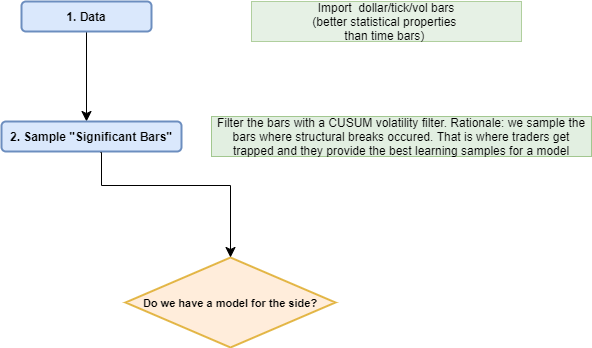
Earlier version of the draw.io export Graphics/overview.png (aarzt21/MasterThesisETHZ). Source tidied: cells renumbered, new cells last; positions are measured from the earlier drawing's top-left corner, leaving out a move shared by most shapes. Its diagram source:
```xml
<mxGraphModel>
  <root>
    <mxCell id="0" />
    <mxCell id="1" parent="0" />
    <mxCell id="2" style="rounded=0;html=1;jettySize=auto;fontSize=11;endArrow=classic;endFill=1;endSize=8;strokeWidth=1;shadow=0;labelBackgroundColor=none;edgeStyle=orthogonalEdgeStyle;" parent="1" edge="1" source="3">
      <mxGeometry relative="1" as="geometry">
        <mxPoint x="85" y="120" as="targetPoint" />
      </mxGeometry>
    </mxCell>
    <mxCell id="3" value="&lt;b&gt;1. Data&lt;/b&gt;" style="rounded=1;whiteSpace=wrap;html=1;fontSize=12;glass=0;strokeWidth=2;shadow=0;fillColor=#dae8fc;strokeColor=#6c8ebf;" parent="1" vertex="1">
      <mxGeometry x="20" width="130" height="30" as="geometry" />
    </mxCell>
    <mxCell id="4" value="Filter the bars with a CUSUM volatility filter. Rationale: we sample the bars where structural breaks occured. That is where traders get trapped and they provide the best learning samples for a model" style="text;html=1;strokeColor=#82b366;fillColor=#d5e8d4;align=center;verticalAlign=middle;whiteSpace=wrap;rounded=0;opacity=70;" parent="1" vertex="1">
      <mxGeometry x="210" y="115" width="380" height="40" as="geometry" />
    </mxCell>
    <mxCell id="5" value="Import&amp;nbsp; dollar/tick/vol bars&lt;br&gt;(better statistical properties&amp;nbsp;&lt;br&gt;than time bars)&amp;nbsp;" style="text;html=1;strokeColor=#82b366;fillColor=#d5e8d4;align=center;verticalAlign=middle;whiteSpace=wrap;rounded=0;opacity=60;" parent="1" vertex="1">
      <mxGeometry x="250" width="270" height="40" as="geometry" />
    </mxCell>
    <mxCell id="6" value="&lt;b&gt;2. Sample &quot;Significant Bars&quot;&lt;/b&gt;" style="rounded=1;whiteSpace=wrap;html=1;fontSize=12;glass=0;strokeWidth=2;shadow=0;fillColor=#dae8fc;strokeColor=#6c8ebf;" parent="1" vertex="1">
      <mxGeometry y="120" width="180" height="30" as="geometry" />
    </mxCell>
    <mxCell id="7" value="&lt;font size=&quot;1&quot;&gt;&lt;b style=&quot;font-size: 11px&quot;&gt;Do we have a model for the side?&lt;/b&gt;&lt;/font&gt;" style="rhombus;whiteSpace=wrap;html=1;strokeWidth=2;opacity=70;fillColor=#ffe6cc;strokeColor=#d79b00;" parent="1" vertex="1">
      <mxGeometry x="124" y="256" width="210" height="90" as="geometry" />
    </mxCell>
    <mxCell id="8" style="rounded=0;html=1;jettySize=auto;fontSize=11;endArrow=classic;endFill=1;endSize=8;strokeWidth=1;shadow=0;labelBackgroundColor=none;edgeStyle=orthogonalEdgeStyle;entryX=0.5;entryY=0;entryDx=0;entryDy=0;exitX=0.55;exitY=1.033;exitDx=0;exitDy=0;exitPerimeter=0;" parent="1" edge="1" source="6" target="7">
      <mxGeometry relative="1" as="geometry">
        <Array as="points">
          <mxPoint x="100" y="151" />
          <mxPoint x="100" y="184" />
          <mxPoint x="229" y="184" />
        </Array>
      </mxGeometry>
    </mxCell>
  </root>
</mxGraphModel>
```
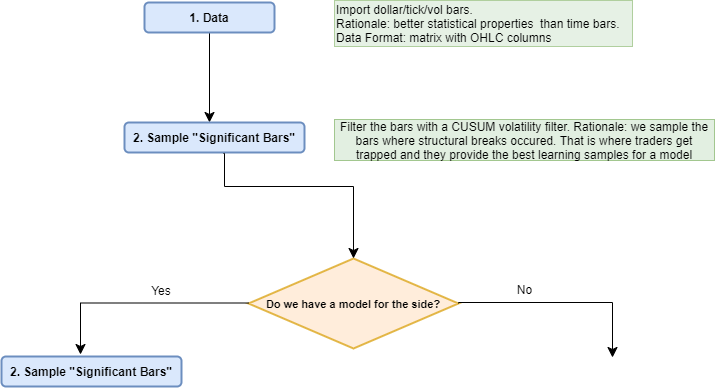
The same diagram one commit later.

The edit, as a diff of the source:
```diff
@@ -11,10 +11,10 @@
       <mxGeometry x="20" width="130" height="30" as="geometry" />
     </mxCell>
     <mxCell id="4" value="Filter the bars with a CUSUM volatility filter. Rationale: we sample the bars where structural breaks occured. That is where traders get trapped and they provide the best learning samples for a model" style="text;html=1;strokeColor=#82b366;fillColor=#d5e8d4;align=center;verticalAlign=middle;whiteSpace=wrap;rounded=0;opacity=70;" parent="1" vertex="1">
-      <mxGeometry x="210" y="115" width="380" height="40" as="geometry" />
+      <mxGeometry x="210" y="117" width="380" height="41" as="geometry" />
     </mxCell>
-    <mxCell id="5" value="Import&amp;nbsp; dollar/tick/vol bars&lt;br&gt;(better statistical properties&amp;nbsp;&lt;br&gt;than time bars)&amp;nbsp;" style="text;html=1;strokeColor=#82b366;fillColor=#d5e8d4;align=center;verticalAlign=middle;whiteSpace=wrap;rounded=0;opacity=60;" parent="1" vertex="1">
-      <mxGeometry x="250" width="270" height="40" as="geometry" />
+    <mxCell id="5" value="Import dollar/tick/vol bars. &lt;br&gt;Rationale: better statistical properties&amp;nbsp; than time bars.&lt;br&gt;Data Format: matrix with OHLC columns" style="text;html=1;strokeColor=#82b366;fillColor=#d5e8d4;align=left;verticalAlign=middle;whiteSpace=wrap;rounded=0;opacity=60;" parent="1" vertex="1">
+      <mxGeometry x="210" y="-2" width="298" height="46" as="geometry" />
     </mxCell>
     <mxCell id="6" value="&lt;b&gt;2. Sample &quot;Significant Bars&quot;&lt;/b&gt;" style="rounded=1;whiteSpace=wrap;html=1;fontSize=12;glass=0;strokeWidth=2;shadow=0;fillColor=#dae8fc;strokeColor=#6c8ebf;" parent="1" vertex="1">
       <mxGeometry y="120" width="180" height="30" as="geometry" />
@@ -31,5 +31,32 @@
         </Array>
       </mxGeometry>
     </mxCell>
+    <mxCell id="9" style="rounded=0;html=1;jettySize=auto;orthogonalLoop=1;fontSize=11;endArrow=classic;endFill=1;endSize=8;strokeWidth=1;shadow=0;labelBackgroundColor=none;edgeStyle=orthogonalEdgeStyle;" parent="1" edge="1">
+      <mxGeometry relative="1" as="geometry">
+        <mxPoint x="124" y="300.5" as="sourcePoint" />
+        <mxPoint x="-44" y="352" as="targetPoint" />
+        <Array as="points">
+          <mxPoint x="124" y="300.5" />
+        </Array>
+      </mxGeometry>
+    </mxCell>
+    <mxCell id="10" style="rounded=0;html=1;jettySize=auto;fontSize=11;endArrow=classic;endFill=1;endSize=8;strokeWidth=1;shadow=0;labelBackgroundColor=none;edgeStyle=orthogonalEdgeStyle;exitX=1;exitY=0.5;exitDx=0;exitDy=0;" parent="1" edge="1" source="7">
+      <mxGeometry relative="1" as="geometry">
+        <mxPoint x="488" y="355" as="targetPoint" />
+        <Array as="points">
+          <mxPoint x="334" y="300" />
+          <mxPoint x="488" y="300" />
+        </Array>
+      </mxGeometry>
+    </mxCell>
+    <mxCell id="11" value="Yes" style="text;html=1;strokeColor=none;fillColor=none;align=center;verticalAlign=middle;whiteSpace=wrap;rounded=0;opacity=70;" parent="1" vertex="1">
+      <mxGeometry x="17" y="278" width="40" height="20" as="geometry" />
+    </mxCell>
+    <mxCell id="12" value="No" style="text;html=1;align=center;verticalAlign=middle;" parent="1" vertex="1">
+      <mxGeometry x="387" y="278" width="26" height="18" as="geometry" />
+    </mxCell>
+    <mxCell id="13" value="&lt;b&gt;2. Sample &quot;Significant Bars&quot;&lt;/b&gt;" style="rounded=1;whiteSpace=wrap;html=1;fontSize=12;glass=0;strokeWidth=2;shadow=0;fillColor=#dae8fc;strokeColor=#6c8ebf;" parent="1" vertex="1">
+      <mxGeometry x="-123" y="354" width="180" height="30" as="geometry" />
+    </mxCell>
   </root>
 </mxGraphModel>
```
